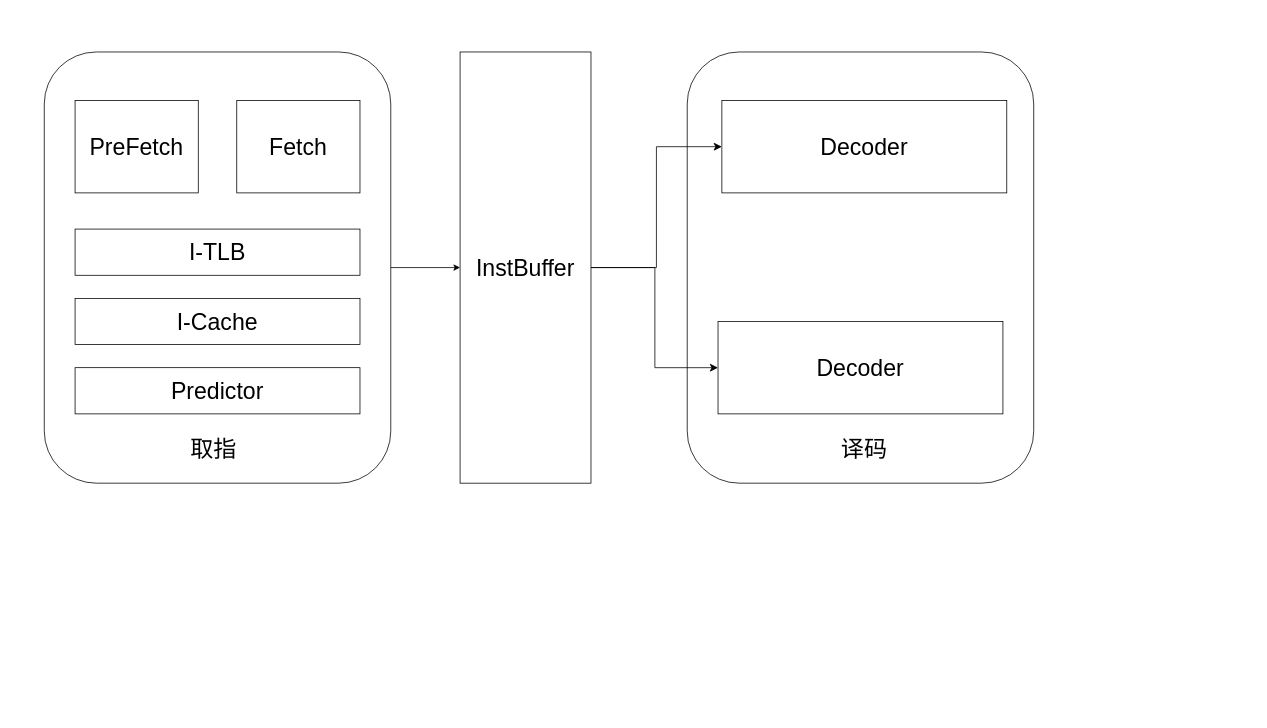
The draw.io diagram doc/frontend.drawio in NoAXI/NoAXI-LoongArch-CPU, before the edit. Source tidied: cells renumbered, new cells numbered last; positions are measured from the earlier drawing's top-left corner, leaving out a move shared by most shapes. Both pictures are drawn from the tidied source at 77%, with x=0, y=0 at pixel (44, 52).
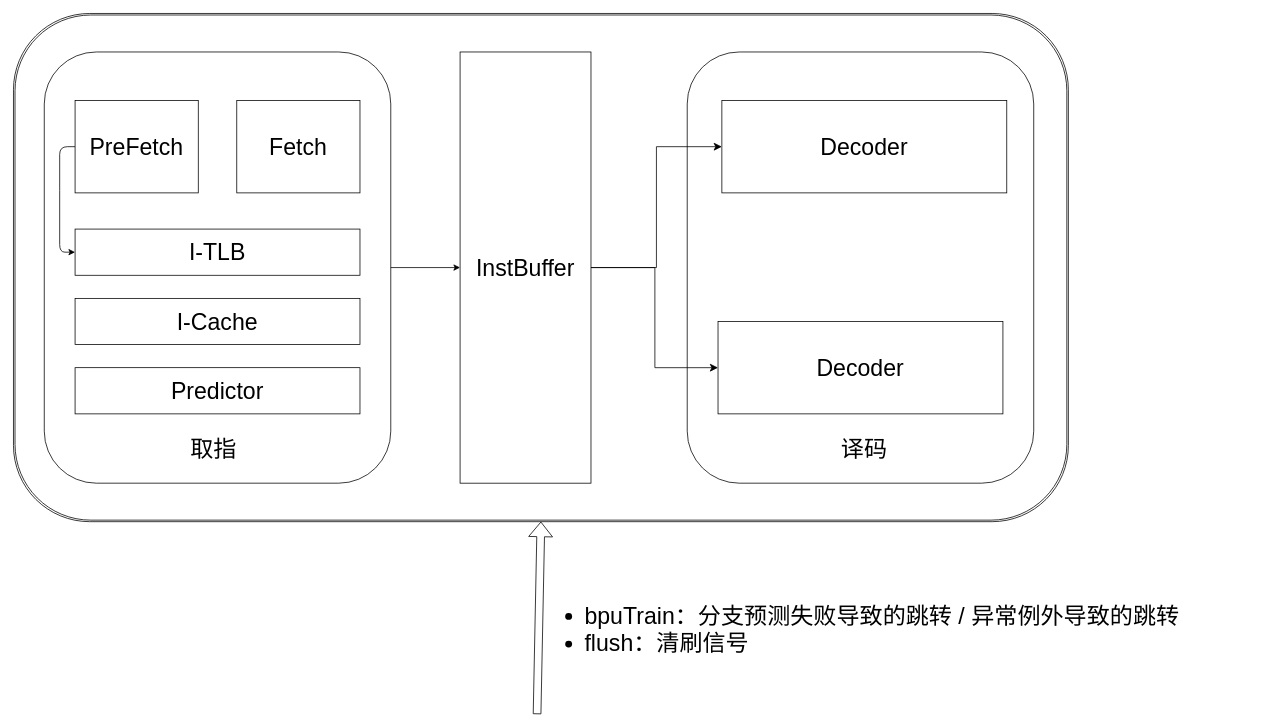
The same diagram, later.

The change refers to these unchanged cells:
```xml
<mxCell id="4" value="&lt;font style=&quot;font-size: 30px;&quot;&gt;PreFetch&lt;/font&gt;" style="rounded=0;whiteSpace=wrap;html=1;" parent="1" vertex="1">
  <mxGeometry x="40" y="63" width="160" height="120" as="geometry" />
</mxCell>
<mxCell id="9" value="I-TLB" style="rounded=0;whiteSpace=wrap;html=1;fontSize=30;" parent="1" vertex="1">
  <mxGeometry x="40" y="230" width="370" height="60" as="geometry" />
</mxCell>
```

What changed in the source:
```diff
@@
+    <mxCell id="17" style="shape=ext;double=1;rounded=1;whiteSpace=wrap;html=1;strokeColor=default;fontFamily=Helvetica;fontSize=30;fontColor=default;fillColor=default;" parent="1" vertex="1">
+      <mxGeometry x="-40" y="-50" width="1370" height="660" as="geometry" />
+    </mxCell>
@@
+    <mxCell id="18" style="edgeStyle=none;html=1;entryX=0;entryY=0.5;entryDx=0;entryDy=0;fontFamily=Helvetica;fontSize=30;fontColor=default;exitX=0;exitY=0.5;exitDx=0;exitDy=0;" parent="1" edge="1" source="4" target="9">
+      <mxGeometry relative="1" as="geometry">
+        <Array as="points">
+          <mxPoint x="20" y="123" />
+          <mxPoint x="20" y="190" />
+          <mxPoint x="20" y="260" />
+        </Array>
+      </mxGeometry>
+    </mxCell>
@@
+    <mxCell id="19" style="shape=flexArrow;endArrow=classic;html=1;fontFamily=Helvetica;fontSize=30;fontColor=default;entryX=0.5;entryY=1;entryDx=0;entryDy=0;" parent="1" edge="1" target="17">
+      <mxGeometry relative="1" as="geometry">
+        <mxPoint x="640" y="860" as="sourcePoint" />
+      </mxGeometry>
+    </mxCell>
+    <mxCell id="20" value="&lt;ul&gt;&lt;li&gt;bpuTrain：分支预测失败导致的跳转 / 异常例外导致的跳转&lt;/li&gt;&lt;li&gt;flush：清刷信号&lt;/li&gt;&lt;/ul&gt;" style="text;strokeColor=none;fillColor=none;html=1;whiteSpace=wrap;verticalAlign=middle;overflow=hidden;rounded=0;fontFamily=Helvetica;fontSize=30;fontColor=default;" parent="1" vertex="1">
+      <mxGeometry x="660" y="650" width="910" height="200" as="geometry" />
+    </mxCell>
```
